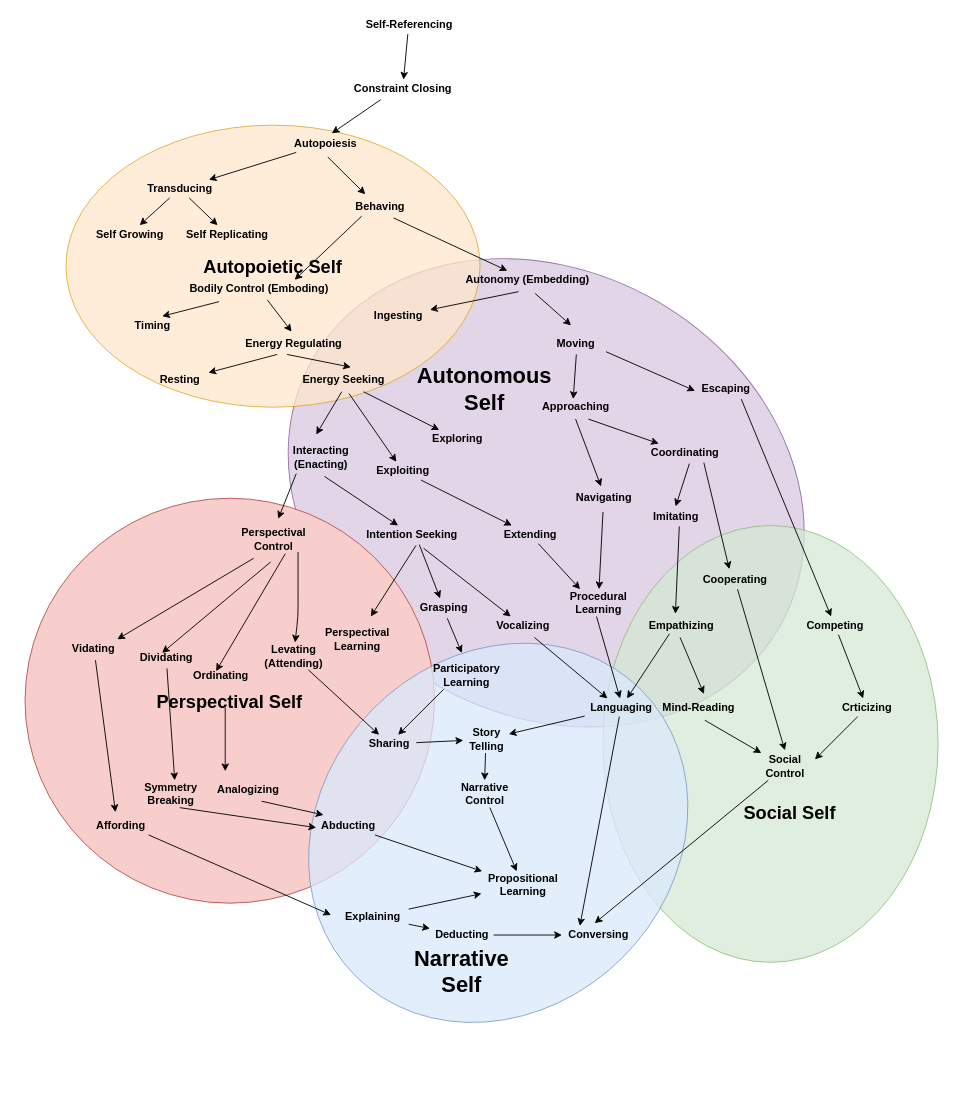
codeaudit/1 keeps this draw.io diagram as autopoiesis_evolution.drawio. Above is the earlier version. Source tidied: cells renumbered, new cells numbered last; positions are measured from the earlier drawing's top-left corner, leaving out a move shared by most shapes. Both pictures are drawn from the tidied source at 91%, with x=0, y=0 at pixel (25, 15).
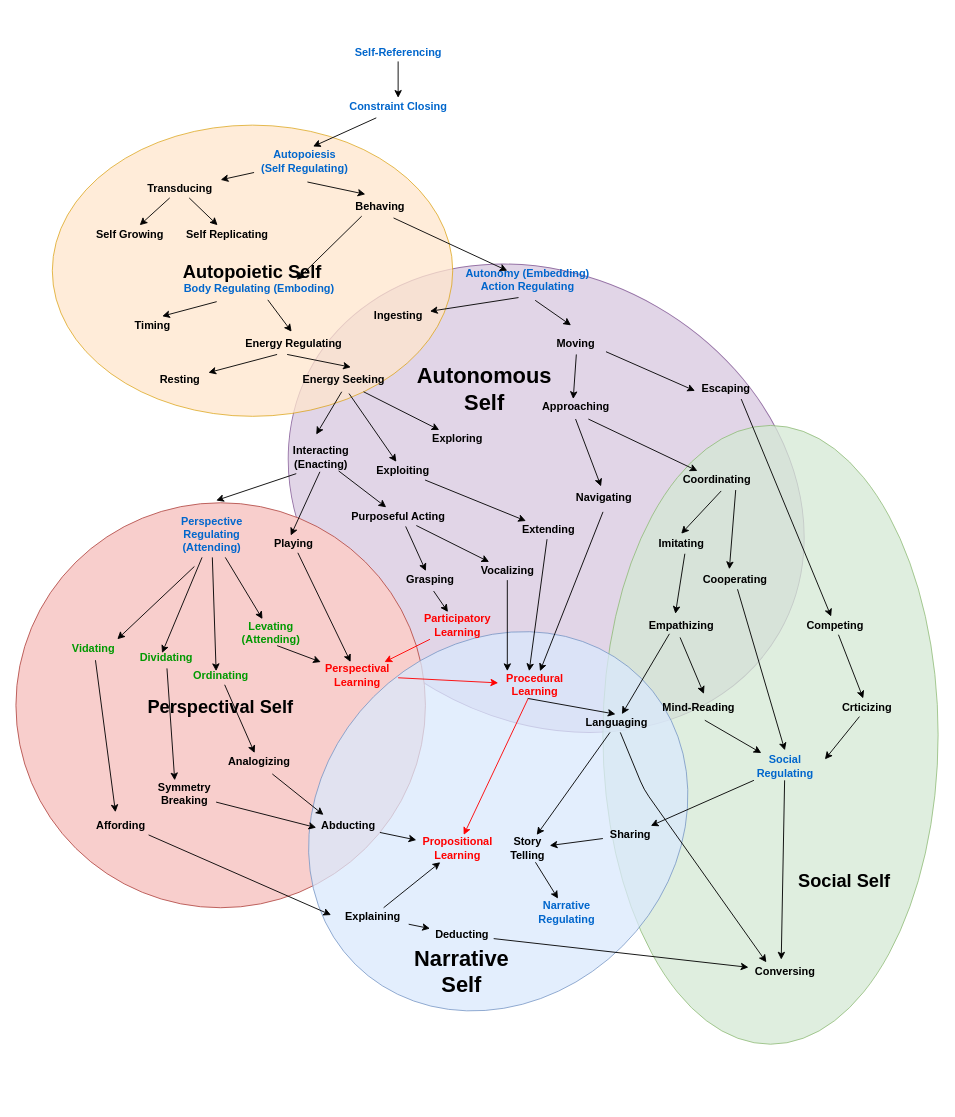
The same diagram, later.

Unchanged cells that the change refers to:
```xml
<mxCell id="16" value="Interacting&lt;br&gt;(Enacting)" style="text;html=1;align=center;verticalAlign=middle;points=[];fontStyle=1;" parent="1" vertex="1">
  <mxGeometry x="285" y="470" width="80" height="30" as="geometry" />
</mxCell>
<mxCell id="89" value="Abducting" style="text;html=1;align=center;verticalAlign=middle;points=[];fontStyle=1;" parent="1" vertex="1">
  <mxGeometry x="320" y="880" width="70" height="20" as="geometry" />
</mxCell>
```

What changed in the source:
```diff
@@
     <mxCell id="2" style="ellipse;whiteSpace=wrap;html=1;rotation=30;fillColor=#e1d5e7;strokeColor=#9673a6;" parent="1" vertex="1">
-      <mxGeometry x="277" y="280.9" width="591.4" height="486.4" as="geometry" />
+      <mxGeometry x="277" y="286.8" width="591.4" height="486.4" as="geometry" />
     </mxCell>
     <mxCell id="3" style="ellipse;whiteSpace=wrap;html=1;fillColor=#d5e8d4;strokeColor=#82b366;direction=south;opacity=75;" parent="1" vertex="1">
-      <mxGeometry x="635" y="560" width="368.4" height="480" as="geometry" />
+      <mxGeometry x="635" y="450" width="368.4" height="680" as="geometry" />
     </mxCell>
     <mxCell id="4" value="&lt;b style=&quot;font-size: 20px&quot;&gt;Perspectival Self&lt;/b&gt;" style="ellipse;whiteSpace=wrap;html=1;fillColor=#f8cecc;strokeColor=#b85450;" parent="1" vertex="1">
-      <mxGeometry y="530" width="450" height="445" as="geometry" />
+      <mxGeometry x="-10" y="535" width="450" height="445" as="geometry" />
     </mxCell>
     <mxCell id="5" style="ellipse;whiteSpace=wrap;html=1;rotation=45;fillColor=#dae8fc;strokeColor=#6c8ebf;opacity=75;" parent="1" vertex="1">
-      <mxGeometry x="326.4" y="675.5" width="387.2" height="444.4" as="geometry" />
+      <mxGeometry x="326.4" y="662.8" width="387.2" height="444.4" as="geometry" />
     </mxCell>
     <mxCell id="6" value="&lt;span style=&quot;font-size: 20px&quot;&gt;&lt;b&gt;Autopoietic Self&lt;/b&gt;&lt;/span&gt;" style="ellipse;whiteSpace=wrap;html=1;fillColor=#ffe6cc;strokeColor=#d79b00;opacity=75;" parent="1" vertex="1">
-      <mxGeometry x="45" y="120" width="455" height="310" as="geometry" />
+      <mxGeometry x="30" y="120" width="440" height="320" as="geometry" />
     </mxCell>
-    <mxCell id="7" value="Constraint Closing" style="text;html=1;align=center;verticalAlign=middle;points=[];fontStyle=1;" parent="1" vertex="1">
-      <mxGeometry x="355" y="70" width="120" height="20" as="geometry" />
+    <mxCell id="7" value="Constraint Closing" style="text;html=1;align=center;verticalAlign=middle;points=[];fontStyle=1;fontColor=#0066CC;" parent="1" vertex="1">
+      <mxGeometry x="350" y="90" width="120" height="20" as="geometry" />
     </mxCell>
-    <mxCell id="8" value="Autopoiesis" style="text;html=1;align=center;verticalAlign=middle;points=[];fontStyle=1;" parent="1" vertex="1">
-      <mxGeometry x="290" y="130" width="80" height="20" as="geometry" />
+    <mxCell id="8" value="Autopoiesis&lt;br&gt;(Self Regulating)" style="text;html=1;align=center;verticalAlign=middle;points=[];fontStyle=1;fontColor=#0066CC;" parent="1" vertex="1">
+      <mxGeometry x="251.7" y="145" width="110" height="30" as="geometry" />
     </mxCell>
@@
-    <mxCell id="12" value="Bodily Control (Emboding)" style="text;html=1;align=center;verticalAlign=middle;points=[];fontStyle=1;" parent="1" vertex="1">
-      <mxGeometry x="171.7" y="290" width="170" height="20" as="geometry" />
+    <mxCell id="12" value="Body Regulating (Emboding)" style="text;html=1;align=center;verticalAlign=middle;points=[];fontStyle=1;fontColor=#0066CC;" parent="1" vertex="1">
+      <mxGeometry x="166.7" y="290" width="180" height="20" as="geometry" />
     </mxCell>
-    <mxCell id="13" value="Autonomy (Embedding)" style="text;html=1;align=center;verticalAlign=middle;points=[];fontStyle=1;" parent="1" vertex="1">
-      <mxGeometry x="476.6" y="280" width="150" height="20" as="geometry" />
+    <mxCell id="13" value="Autonomy (Embedding)&lt;br&gt;Action Regulating" style="text;html=1;align=center;verticalAlign=middle;points=[];fontStyle=1;fontColor=#0066CC;" parent="1" vertex="1">
+      <mxGeometry x="476.6" y="275" width="150" height="30" as="geometry" />
     </mxCell>
@@
-    <mxCell id="25" value="Perspectival&lt;br&gt;Control" style="text;html=1;align=center;verticalAlign=middle;points=[];fontStyle=1;" parent="1" vertex="1">
-      <mxGeometry x="227.5" y="560" width="90" height="30" as="geometry" />
+    <mxCell id="25" value="Perspective&lt;br&gt;Regulating&lt;br&gt;(Attending)" style="text;html=1;align=center;verticalAlign=middle;points=[];fontStyle=1;fontColor=#0066CC;" parent="1" vertex="1">
+      <mxGeometry x="165" y="545" width="80" height="50" as="geometry" />
     </mxCell>
-    <mxCell id="26" value="Intention Seeking" style="text;html=1;align=center;verticalAlign=middle;points=[];fontStyle=1;" parent="1" vertex="1">
-      <mxGeometry x="365" y="560" width="120" height="20" as="geometry" />
+    <mxCell id="26" value="Purposeful Acting" style="text;html=1;align=center;verticalAlign=middle;points=[];fontStyle=1;" parent="1" vertex="1">
+      <mxGeometry x="350" y="540" width="120" height="20" as="geometry" />
     </mxCell>
-    <mxCell id="27" style="rounded=0;jettySize=auto;html=1;endArrow=classic;endFill=1;" parent="1" edge="1" source="28" target="36">
-      <mxGeometry relative="1" as="geometry" />
-    </mxCell>
-    <mxCell id="28" value="Levating&lt;br&gt;(Attending)" style="text;html=1;align=center;verticalAlign=middle;points=[];fontStyle=1;" parent="1" vertex="1">
-      <mxGeometry x="255" y="688.6" width="80" height="30" as="geometry" />
+    <mxCell id="28" value="Levating&lt;br&gt;(Attending)" style="text;html=1;align=center;verticalAlign=middle;points=[];fontStyle=1;fontColor=#009900;" parent="1" vertex="1">
+      <mxGeometry x="230" y="662.8" width="80" height="30" as="geometry" />
     </mxCell>
-    <mxCell id="29" value="Vidating" style="text;html=1;align=center;verticalAlign=middle;points=[];fontStyle=1;" parent="1" vertex="1">
+    <mxCell id="29" value="Vidating" style="text;html=1;align=center;verticalAlign=middle;points=[];fontStyle=1;fontColor=#009900;" parent="1" vertex="1">
       <mxGeometry x="45" y="685" width="60" height="20" as="geometry" />
     </mxCell>
     <mxCell id="30" value="Symmetry&lt;br&gt;Breaking" style="text;html=1;align=center;verticalAlign=middle;points=[];fontStyle=1;" parent="1" vertex="1">
-      <mxGeometry x="125" y="840" width="70" height="30" as="geometry" />
+      <mxGeometry x="140" y="840" width="70" height="30" as="geometry" />
     </mxCell>
-    <mxCell id="31" value="Ordinating" style="text;html=1;align=center;verticalAlign=middle;points=[];fontStyle=1;" parent="1" vertex="1">
+    <mxCell id="31" value="Ordinating" style="text;html=1;align=center;verticalAlign=middle;points=[];fontStyle=1;fontColor=#009900;" parent="1" vertex="1">
       <mxGeometry x="175" y="715" width="80" height="20" as="geometry" />
     </mxCell>
-    <mxCell id="32" value="Procedural&lt;br&gt;Learning" style="text;html=1;align=center;verticalAlign=middle;points=[];fontStyle=1;" parent="1" vertex="1">
-      <mxGeometry x="590" y="630" width="80" height="30" as="geometry" />
+    <mxCell id="32" value="Procedural&lt;br&gt;Learning" style="text;html=1;align=center;verticalAlign=middle;points=[];fontStyle=1;fontColor=#FF0000;" parent="1" vertex="1">
+      <mxGeometry x="520" y="720" width="80" height="30" as="geometry" />
     </mxCell>
-    <mxCell id="33" value="Propositional&lt;br&gt;Learning" style="text;html=1;align=center;verticalAlign=middle;points=[];fontStyle=1;" parent="1" vertex="1">
-      <mxGeometry x="501.6" y="940" width="90" height="30" as="geometry" />
+    <mxCell id="33" value="Propositional&lt;br&gt;Learning" style="text;html=1;align=center;verticalAlign=middle;points=[];fontStyle=1;fontColor=#FF0000;" parent="1" vertex="1">
+      <mxGeometry x="430" y="900" width="90" height="30" as="geometry" />
     </mxCell>
-    <mxCell id="34" value="Perspectival&lt;br&gt;Learning" style="text;html=1;align=center;verticalAlign=middle;points=[];fontStyle=1;" parent="1" vertex="1">
-      <mxGeometry x="320" y="670" width="90" height="30" as="geometry" />
+    <mxCell id="34" value="Playing" style="text;html=1;align=center;verticalAlign=middle;points=[];fontStyle=1;" parent="1" vertex="1">
+      <mxGeometry x="265" y="570" width="60" height="20" as="geometry" />
     </mxCell>
-    <mxCell id="35" value="Participatory&lt;br&gt;Learning" style="text;html=1;align=center;verticalAlign=middle;points=[];fontStyle=1;" parent="1" vertex="1">
-      <mxGeometry x="440" y="710" width="90" height="30" as="geometry" />
+    <mxCell id="35" value="Participatory&lt;br&gt;Learning" style="text;html=1;align=center;verticalAlign=middle;points=[];fontStyle=1;fontColor=#FF0000;" parent="1" vertex="1">
+      <mxGeometry x="430" y="655" width="90" height="30" as="geometry" />
     </mxCell>
     <mxCell id="36" value="Sharing" style="text;html=1;align=center;verticalAlign=middle;points=[];fontStyle=1;" parent="1" vertex="1">
-      <mxGeometry x="370" y="790" width="60" height="20" as="geometry" />
+      <mxGeometry x="635" y="890" width="60" height="20" as="geometry" />
     </mxCell>
     <mxCell id="37" value="Coordinating" style="text;html=1;align=center;verticalAlign=middle;points=[];fontStyle=1;" parent="1" vertex="1">
-      <mxGeometry x="680" y="470" width="90" height="20" as="geometry" />
+      <mxGeometry x="715" y="500" width="90" height="20" as="geometry" />
     </mxCell>
-    <mxCell id="38" value="Social&lt;br&gt;Control" style="text;html=1;align=center;verticalAlign=middle;points=[];fontStyle=1;" parent="1" vertex="1">
-      <mxGeometry x="805" y="810" width="60" height="30" as="geometry" />
+    <mxCell id="38" value="Social&lt;br&gt;Regulating" style="text;html=1;align=center;verticalAlign=middle;points=[];fontStyle=1;fontColor=#0066CC;" parent="1" vertex="1">
+      <mxGeometry x="795" y="810" width="80" height="30" as="geometry" />
     </mxCell>
     <mxCell id="39" value="Imitating" style="text;html=1;align=center;verticalAlign=middle;points=[];fontStyle=1;" parent="1" vertex="1">
-      <mxGeometry x="680" y="540" width="70" height="20" as="geometry" />
+      <mxGeometry x="686.1" y="570" width="70" height="20" as="geometry" />
     </mxCell>
     <mxCell id="40" value="Languaging" style="text;html=1;align=center;verticalAlign=middle;points=[];fontStyle=1;" parent="1" vertex="1">
-      <mxGeometry x="615" y="750" width="80" height="20" as="geometry" />
+      <mxGeometry x="610" y="767.3" width="80" height="20" as="geometry" />
     </mxCell>
@@
     <mxCell id="43" value="Grasping" style="text;html=1;align=center;verticalAlign=middle;points=[];fontStyle=1;" parent="1" vertex="1">
-      <mxGeometry x="425" y="640" width="70" height="20" as="geometry" />
+      <mxGeometry x="410" y="610" width="70" height="20" as="geometry" />
     </mxCell>
     <mxCell id="44" value="&lt;b&gt;Vocalizing&lt;/b&gt;" style="text;html=1;align=center;verticalAlign=middle;points=[];" parent="1" vertex="1">
-      <mxGeometry x="511.6" y="660" width="70" height="20" as="geometry" />
+      <mxGeometry x="495" y="600" width="70" height="20" as="geometry" />
     </mxCell>
@@
     <mxCell id="46" value="&lt;font style=&quot;font-size: 20px&quot;&gt;&lt;b&gt;Social Self&lt;br&gt;&lt;/b&gt;&lt;/font&gt;" style="text;html=1;align=center;verticalAlign=middle;" parent="1" vertex="1">
-      <mxGeometry x="780" y="865" width="120" height="20" as="geometry" />
+      <mxGeometry x="840" y="940" width="120" height="20" as="geometry" />
     </mxCell>
@@
-    <mxCell id="66" style="endArrow=none;html=1;entryX=0.55;entryY=1.2;entryDx=0;entryDy=0;entryPerimeter=0;startArrow=classic;startFill=1;" parent="1" edge="1" source="26" target="16">
+    <mxCell id="66" style="endArrow=none;html=1;startArrow=classic;startFill=1;" parent="1" edge="1" source="26" target="16">
       <mxGeometry relative="1" as="geometry" />
     </mxCell>
@@
-    <mxCell id="68" style="endArrow=none;html=1;entryX=0.608;entryY=1.25;entryDx=0;entryDy=0;entryPerimeter=0;startArrow=classic;startFill=1;" parent="1" edge="1" source="44" target="26">
+    <mxCell id="68" style="endArrow=none;html=1;startArrow=classic;startFill=1;" parent="1" edge="1" source="44" target="26">
       <mxGeometry relative="1" as="geometry" />
     </mxCell>
@@
-    <mxCell id="71" style="endArrow=none;html=1;entryX=0.688;entryY=1.15;entryDx=0;entryDy=0;entryPerimeter=0;startArrow=classic;startFill=1;" parent="1" edge="1" target="44">
-      <mxGeometry relative="1" as="geometry">
-        <mxPoint x="640" y="750" as="sourcePoint" />
-        <Array as="points">
-          <mxPoint x="640" y="750" />
-        </Array>
-      </mxGeometry>
-    </mxCell>
-    <mxCell id="72" style="endArrow=none;html=1;exitX=0.486;exitY=0;exitDx=0;exitDy=0;exitPerimeter=0;startArrow=classic;startFill=1;" parent="1" edge="1" source="40">
-      <mxGeometry relative="1" as="geometry">
-        <mxPoint x="628" y="660" as="targetPoint" />
-      </mxGeometry>
+    <mxCell id="72" style="endArrow=none;html=1;exitX=0.486;exitY=0;exitDx=0;exitDy=0;exitPerimeter=0;startArrow=classic;startFill=1;entryX=0.406;entryY=1;entryDx=0;entryDy=0;entryPerimeter=0;" parent="1" edge="1" source="40" target="32">
+      <mxGeometry relative="1" as="geometry" />
     </mxCell>
-    <mxCell id="73" style="endArrow=none;html=1;entryX=0.557;entryY=1.1;entryDx=0;entryDy=0;entryPerimeter=0;startArrow=classic;startFill=1;" parent="1" edge="1" target="43">
-      <mxGeometry relative="1" as="geometry">
-        <mxPoint x="480" y="700" as="sourcePoint" />
-      </mxGeometry>
+    <mxCell id="73" style="endArrow=none;html=1;entryX=0.557;entryY=1.1;entryDx=0;entryDy=0;entryPerimeter=0;startArrow=classic;startFill=1;" parent="1" edge="1" source="35" target="43">
+      <mxGeometry relative="1" as="geometry" />
     </mxCell>
-    <mxCell id="74" style="endArrow=none;html=1;entryX=0.538;entryY=1.1;entryDx=0;entryDy=0;entryPerimeter=0;startArrow=classic;startFill=1;" parent="1" edge="1" target="26">
-      <mxGeometry relative="1" as="geometry">
-        <mxPoint x="380" y="660" as="sourcePoint" />
-      </mxGeometry>
+    <mxCell id="74" style="endArrow=none;html=1;entryX=0.488;entryY=1.033;entryDx=0;entryDy=0;entryPerimeter=0;startArrow=classic;startFill=1;exitX=0.45;exitY=0.05;exitDx=0;exitDy=0;exitPerimeter=0;" parent="1" edge="1" source="34" target="16">
+      <mxGeometry relative="1" as="geometry" />
     </mxCell>
     <mxCell id="75" value="Conversing" style="text;html=1;align=center;verticalAlign=middle;points=[];fontStyle=1;" parent="1" vertex="1">
-      <mxGeometry x="590" y="1000" width="80" height="20" as="geometry" />
+      <mxGeometry x="795" y="1040" width="80" height="20" as="geometry" />
     </mxCell>
@@
-    <mxCell id="80" style="endArrow=none;html=1;startArrow=classic;startFill=1;" parent="1" edge="1">
+    <mxCell id="80" style="endArrow=none;html=1;startArrow=classic;startFill=1;" parent="1" edge="1" target="25">
       <mxGeometry relative="1" as="geometry">
         <mxPoint x="150.6" y="700" as="sourcePoint" />
-        <mxPoint x="270" y="600" as="targetPoint" />
       </mxGeometry>
     </mxCell>
-    <mxCell id="81" style="endArrow=none;html=1;startArrow=classic;startFill=1;entryX=0.65;entryY=1.033;entryDx=0;entryDy=0;entryPerimeter=0;" parent="1" edge="1" target="25">
+    <mxCell id="81" style="endArrow=none;html=1;startArrow=classic;startFill=1;" parent="1" edge="1" target="25">
       <mxGeometry relative="1" as="geometry">
         <mxPoint x="210" y="720" as="sourcePoint" />
       </mxGeometry>
     </mxCell>
-    <mxCell id="82" style="endArrow=none;html=1;endFill=0;startArrow=classic;startFill=1;entryX=0.806;entryY=0.967;entryDx=0;entryDy=0;entryPerimeter=0;" parent="1" edge="1" source="28" target="25">
-      <mxGeometry relative="1" as="geometry">
-        <Array as="points">
-          <mxPoint x="300" y="660" />
-        </Array>
-      </mxGeometry>
-    </mxCell>
-    <mxCell id="83" value="Dividating" style="text;html=1;align=center;verticalAlign=middle;points=[];fontStyle=1;" parent="1" vertex="1">
+    <mxCell id="83" value="Dividating" style="text;html=1;align=center;verticalAlign=middle;points=[];fontStyle=1;fontColor=#009900;" parent="1" vertex="1">
       <mxGeometry x="120" y="695" width="70" height="20" as="geometry" />
     </mxCell>
     <mxCell id="84" value="Analogizing" style="text;html=1;align=center;verticalAlign=middle;points=[];fontStyle=1;" parent="1" vertex="1">
-      <mxGeometry x="205" y="840" width="80" height="20" as="geometry" />
+      <mxGeometry x="216.7" y="810" width="80" height="20" as="geometry" />
     </mxCell>
@@
-    <mxCell id="86" style="endArrow=none;html=1;startArrow=classic;startFill=1;" parent="1" edge="1">
-      <mxGeometry relative="1" as="geometry">
-        <mxPoint x="220" y="830" as="sourcePoint" />
-        <mxPoint x="220" y="760" as="targetPoint" />
-      </mxGeometry>
+    <mxCell id="86" style="endArrow=none;html=1;startArrow=classic;startFill=1;" parent="1" edge="1" source="84" target="31">
+      <mxGeometry relative="1" as="geometry" />
     </mxCell>
@@
-    <mxCell id="92" style="endArrow=classic;html=1;endFill=1;entryX=0;entryY=0.6;entryDx=0;entryDy=0;entryPerimeter=0;" parent="1" edge="1" target="89">
-      <mxGeometry relative="1" as="geometry">
-        <mxPoint x="170" y="870" as="sourcePoint" />
-      </mxGeometry>
+    <mxCell id="92" style="endArrow=classic;html=1;endFill=1;entryX=0;entryY=0.6;entryDx=0;entryDy=0;entryPerimeter=0;" parent="1" edge="1" source="30" target="89">
+      <mxGeometry relative="1" as="geometry" />
     </mxCell>
@@
-    <mxCell id="97" style="endArrow=none;html=1;endFill=0;startArrow=classic;startFill=1;" parent="1" edge="1">
-      <mxGeometry relative="1" as="geometry">
-        <mxPoint x="410" y="790" as="sourcePoint" />
-        <mxPoint x="460" y="740" as="targetPoint" />
-      </mxGeometry>
-    </mxCell>
@@
     <mxCell id="100" value="Story&lt;br&gt;Telling" style="text;html=1;align=center;verticalAlign=middle;points=[];fontStyle=1;" parent="1" vertex="1">
-      <mxGeometry x="481.6" y="780" width="50" height="30" as="geometry" />
+      <mxGeometry x="526.6" y="900" width="50" height="30" as="geometry" />
     </mxCell>
@@
-    <mxCell id="103" value="Narrative&lt;br&gt;Control" style="text;html=1;align=center;verticalAlign=middle;points=[];fontStyle=1;" parent="1" vertex="1">
-      <mxGeometry x="469.5" y="840" width="70" height="30" as="geometry" />
+    <mxCell id="103" value="Narrative&lt;br&gt;Regulating" style="text;html=1;align=center;verticalAlign=middle;points=[];fontStyle=1;fontColor=#0066CC;" parent="1" vertex="1">
+      <mxGeometry x="555" y="970" width="80" height="30" as="geometry" />
     </mxCell>
@@
-    <mxCell id="115" style="endArrow=classic;html=1;" parent="1" edge="1" source="103" target="33">
-      <mxGeometry relative="1" as="geometry" />
-    </mxCell>
@@
     <mxCell id="118" style="endArrow=classic;html=1;entryX=0.246;entryY=0;entryDx=0;entryDy=0;entryPerimeter=0;" parent="1" edge="1" source="40" target="75">
-      <mxGeometry relative="1" as="geometry" />
+      <mxGeometry relative="1" as="geometry">
+        <Array as="points">
+          <mxPoint x="680" y="850" />
+        </Array>
+      </mxGeometry>
     </mxCell>
     <mxCell id="119" value="Extending" style="text;html=1;align=center;verticalAlign=middle;points=[];fontStyle=1;" parent="1" vertex="1">
-      <mxGeometry x="520" y="560" width="70" height="20" as="geometry" />
+      <mxGeometry x="540" y="555" width="70" height="20" as="geometry" />
     </mxCell>
@@
-    <mxCell id="121" style="endArrow=classic;html=1;entryX=0.25;entryY=0;entryDx=0;entryDy=0;entryPerimeter=0;" parent="1" edge="1" source="119" target="32">
+    <mxCell id="121" style="endArrow=classic;html=1;entryX=0.425;entryY=0;entryDx=0;entryDy=0;entryPerimeter=0;" parent="1" edge="1" source="119" target="32">
       <mxGeometry relative="1" as="geometry" />
     </mxCell>
@@
-    <mxCell id="123" value="&lt;b&gt;Self-Referencing&lt;/b&gt;" style="text;html=1;align=center;verticalAlign=middle;points=[];" parent="1" vertex="1">
-      <mxGeometry x="366.6" width="110" height="20" as="geometry" />
+    <mxCell id="123" value="&lt;b&gt;Self-Referencing&lt;/b&gt;" style="text;html=1;align=center;verticalAlign=middle;points=[];fontColor=#0066CC;" parent="1" vertex="1">
+      <mxGeometry x="355" y="30" width="110" height="20" as="geometry" />
     </mxCell>
@@
+    <mxCell id="127" style="endArrow=classic;html=1;" parent="1" edge="1" source="38" target="36">
+      <mxGeometry relative="1" as="geometry" />
+    </mxCell>
+    <mxCell id="128" value="Perspectival&lt;br&gt;Learning" style="text;html=1;align=center;verticalAlign=middle;points=[];fontStyle=1;fontColor=#FF0000;" parent="1" vertex="1">
+      <mxGeometry x="320" y="710" width="90" height="30" as="geometry" />
+    </mxCell>
+    <mxCell id="129" style="endArrow=classic;html=1;" parent="1" edge="1" source="34" target="128">
+      <mxGeometry relative="1" as="geometry" />
+    </mxCell>
+    <mxCell id="130" style="endArrow=classic;html=1;entryX=0.125;entryY=0;entryDx=0;entryDy=0;entryPerimeter=0;" parent="1" edge="1" source="44" target="32">
+      <mxGeometry relative="1" as="geometry" />
+    </mxCell>
+    <mxCell id="131" style="endArrow=classic;html=1;strokeColor=#FF0000;" parent="1" edge="1" source="35" target="128">
+      <mxGeometry relative="1" as="geometry" />
+    </mxCell>
+    <mxCell id="132" style="endArrow=classic;html=1;strokeColor=#FF0000;" parent="1" edge="1" source="128" target="32">
+      <mxGeometry relative="1" as="geometry" />
+    </mxCell>
+    <mxCell id="133" style="endArrow=classic;html=1;strokeColor=#FF0000;" parent="1" edge="1" source="32" target="33">
+      <mxGeometry relative="1" as="geometry" />
+    </mxCell>
+    <mxCell id="134" style="endArrow=classic;html=1;fontColor=#FF0000;" parent="1" edge="1" source="25" target="28">
+      <mxGeometry relative="1" as="geometry" />
+    </mxCell>
+    <mxCell id="135" style="endArrow=classic;html=1;strokeColor=#000000;fontColor=#FF0000;exitX=0.588;exitY=0.973;exitDx=0;exitDy=0;exitPerimeter=0;" parent="1" edge="1" source="28" target="128">
+      <mxGeometry relative="1" as="geometry" />
+    </mxCell>
```
